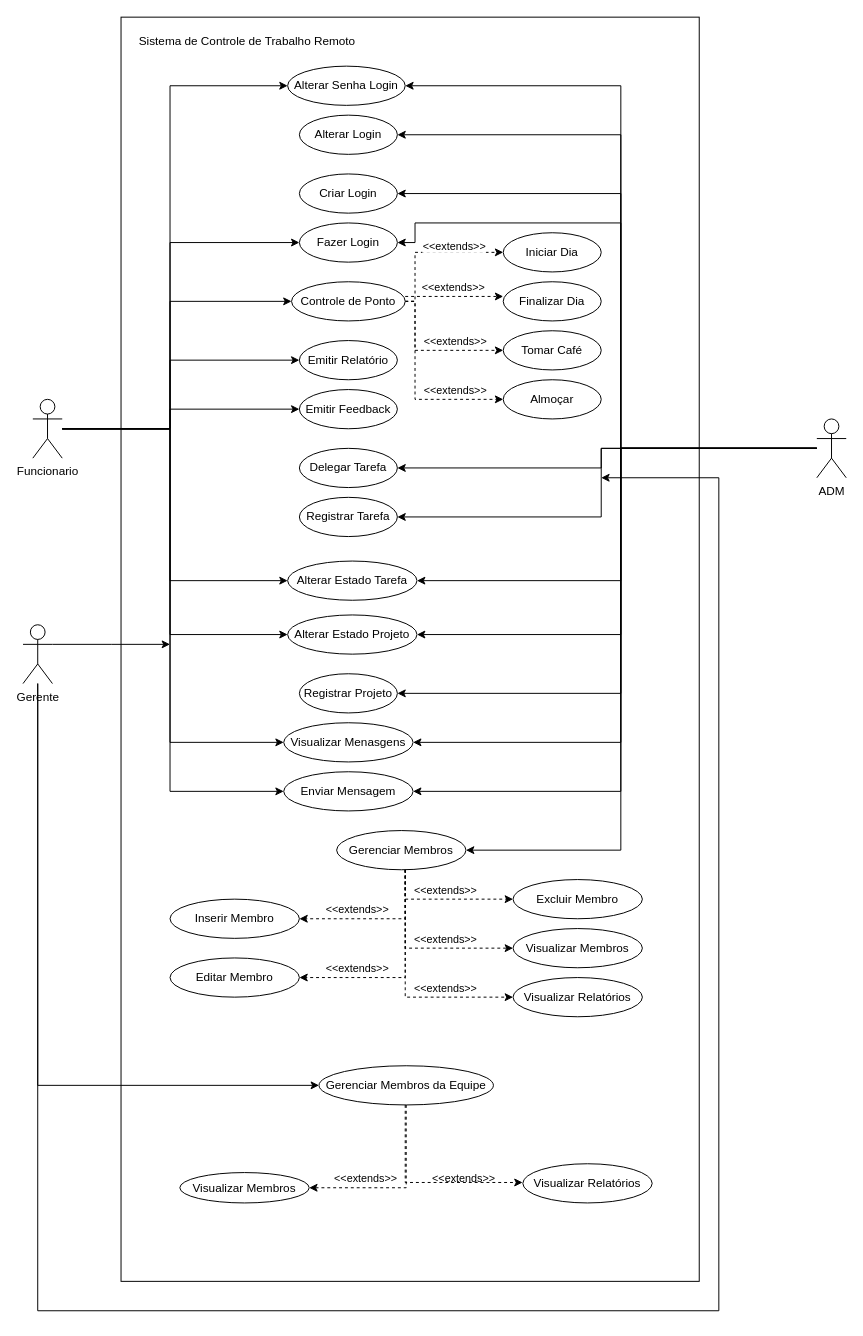
Earlier version of the draw.io diagram docs/DiagramaCasoDeUso.drawio (GabrielWhite96/TaskLy_LPS). Source tidied: cells renumbered, new cells numbered last; positions are measured from the earlier drawing's top-left corner, leaving out a move shared by most shapes. Both pictures are drawn from the tidied source at 98%, with x=0, y=0 at pixel (23, 17).
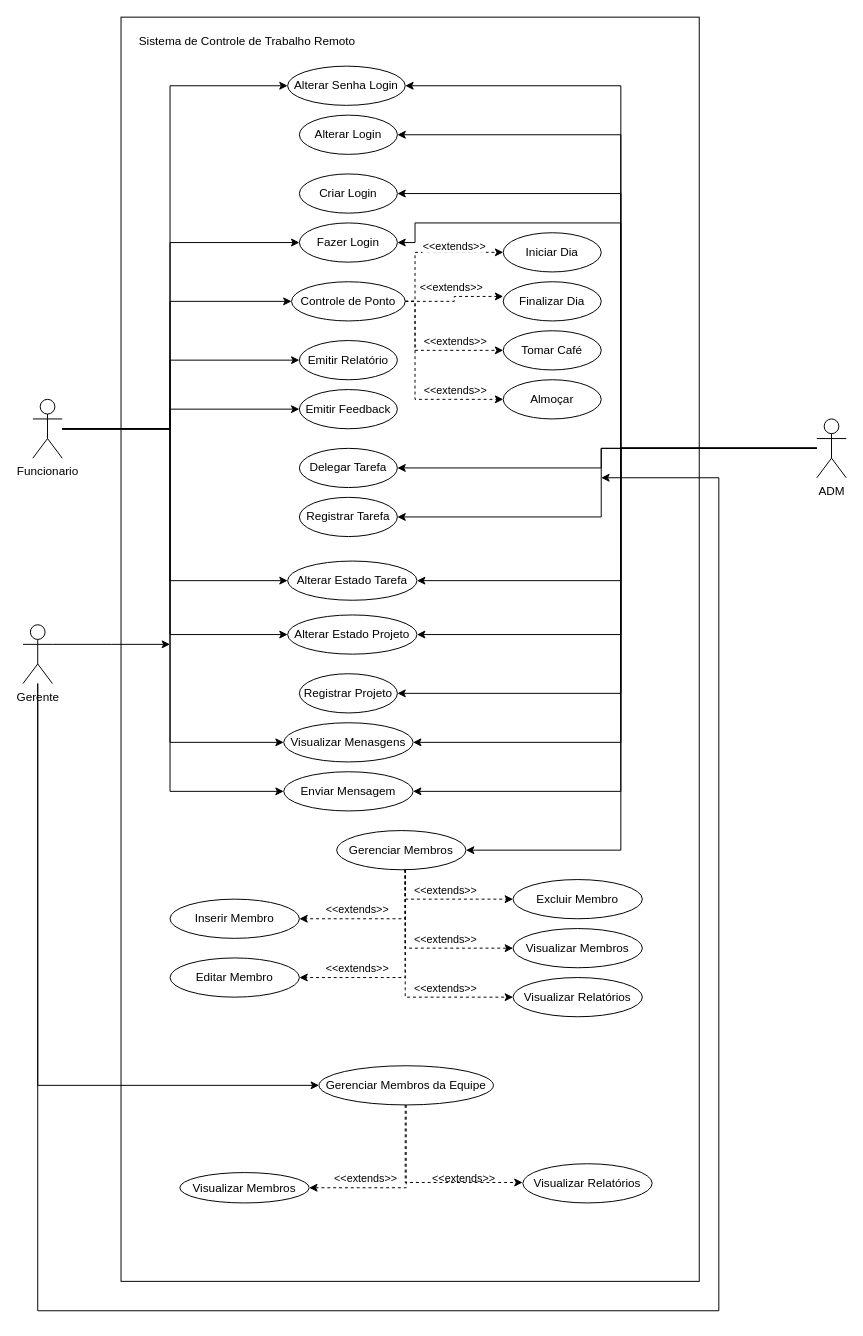
The same page after the edit.

Commit message:
Termino segunda versão

Unchanged cells that the change refers to:
```xml
<mxCell id="38" value="Controle de Ponto" style="ellipse;whiteSpace=wrap;html=1;" parent="1" vertex="1">
  <mxGeometry x="274" y="270" width="116" height="40" as="geometry" />
</mxCell>
```

What changed in the source:
```diff
@@
-    <mxCell id="34" style="edgeStyle=orthogonalEdgeStyle;rounded=0;orthogonalLoop=1;jettySize=auto;html=1;entryX=0;entryY=0.5;entryDx=0;entryDy=0;dashed=1;" parent="1" edge="1">
+    <mxCell id="34" style="edgeStyle=orthogonalEdgeStyle;rounded=0;jettySize=auto;html=1;entryX=0;entryY=0.5;entryDx=0;entryDy=0;dashed=1;exitX=1;exitY=0.5;exitDx=0;exitDy=0;" parent="1" edge="1" source="38">
       <mxGeometry relative="1" as="geometry">
-        <mxPoint x="390" y="285" as="sourcePoint" />
         <mxPoint x="490" y="285" as="targetPoint" />
         <Array as="points">
-          <mxPoint x="440" y="285" />
+          <mxPoint x="440" y="290" />
           <mxPoint x="440" y="285" />
         </Array>
       </mxGeometry>
     </mxCell>
```
